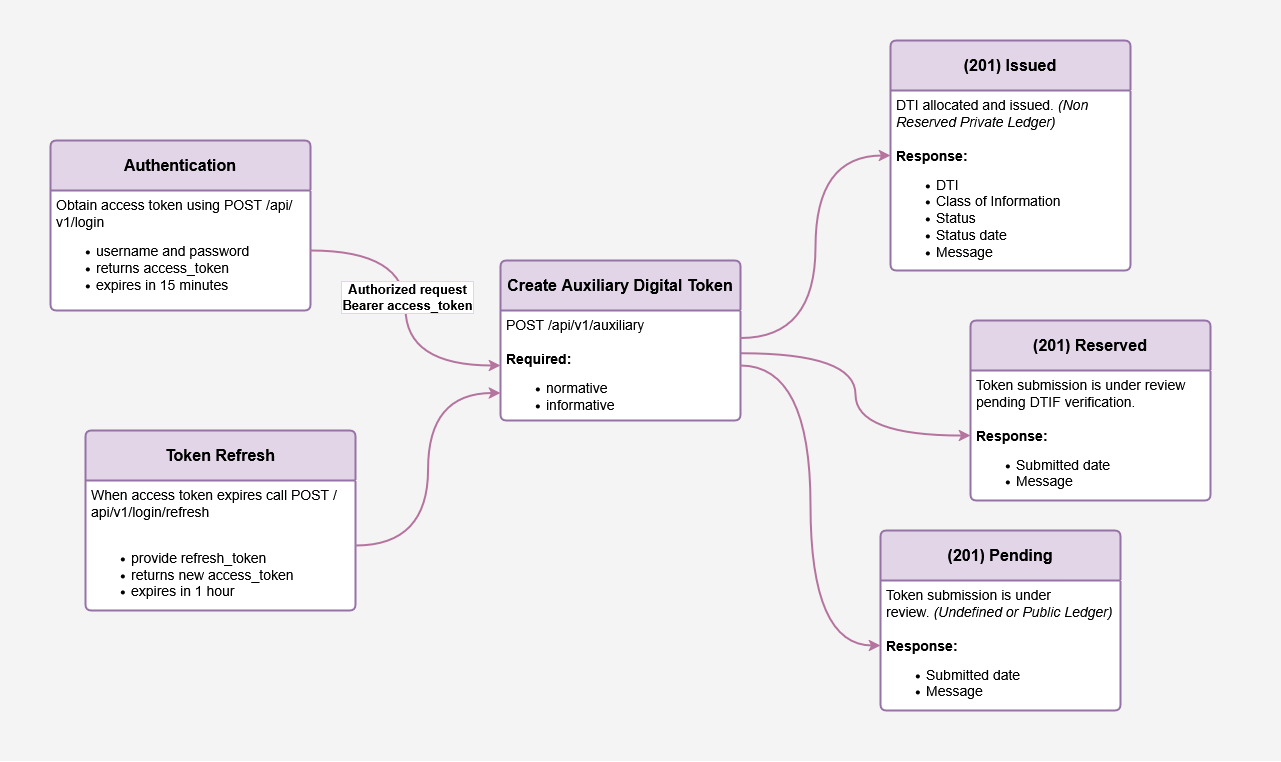
Before: DTI Allocation API.drawio.png, a diagram exported from draw.io (jes-spag/drawing). Source tidied: cells renumbered, new cells last; positions are measured from the earlier drawing's top-left corner, leaving out a move shared by most shapes.
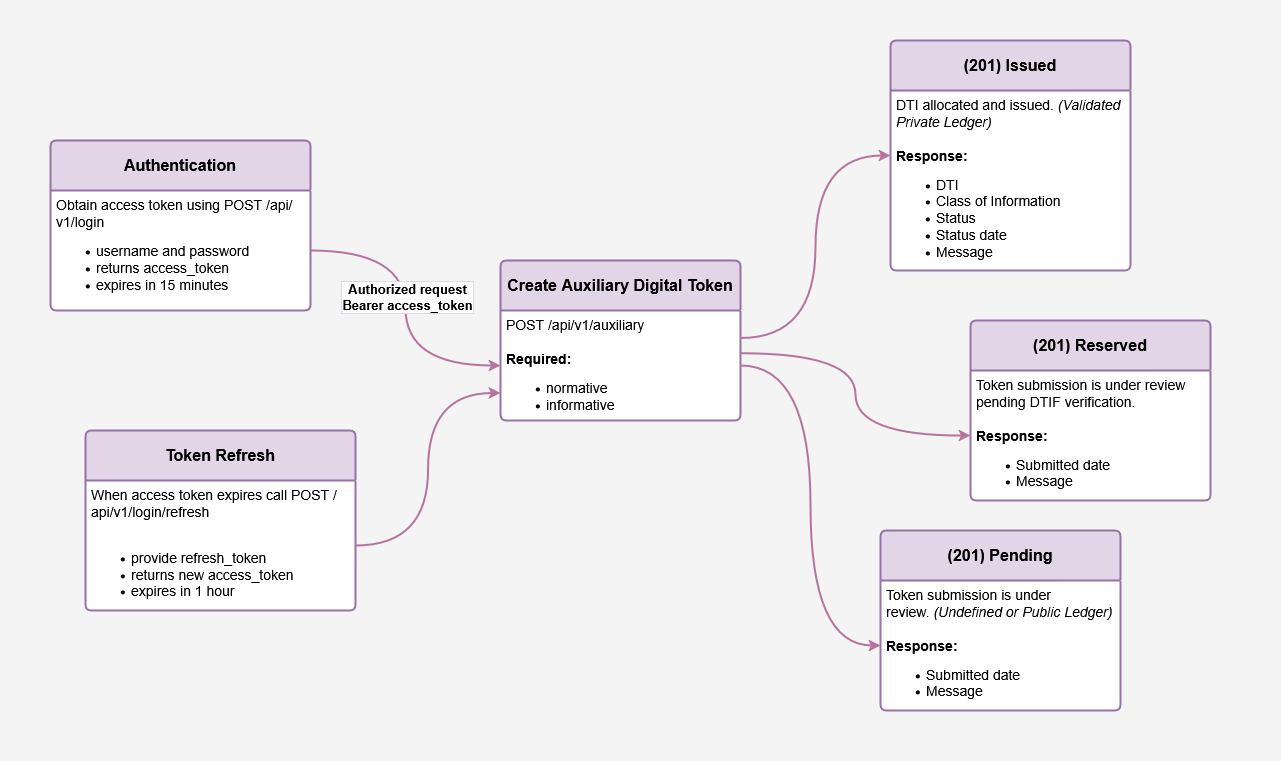
The same file after the commit.

What changed in the source:
```diff
@@ -26,7 +26,7 @@
     <mxCell id="9" value="&lt;font style=&quot;font-size: 16px;&quot;&gt;&lt;b&gt;(201) Issued&lt;/b&gt;&lt;/font&gt;" style="swimlane;horizontal=1;startSize=50;rounded=1;fontSize=14;fontStyle=0;strokeWidth=2;shadow=0;dashed=0;align=center;arcSize=4;whiteSpace=wrap;html=1;fillColor=#E1D5E7;strokeColor=#9673a6;swimlaneFillColor=default;" parent="1" vertex="1">
       <mxGeometry x="890" y="40" width="240" height="230" as="geometry" />
     </mxCell>
-    <mxCell id="10" value="&lt;div&gt;&lt;font style=&quot;font-size: 14px;&quot;&gt;DTI allocated and issued.&amp;nbsp;&lt;i&gt;(Non Reserved Private Ledger)&lt;/i&gt;&lt;/font&gt;&lt;/div&gt;&lt;div&gt;&lt;font style=&quot;font-size: 14px;&quot;&gt;&lt;br&gt;&lt;/font&gt;&lt;/div&gt;&lt;div&gt;&lt;font style=&quot;font-size: 14px;&quot;&gt;&lt;b&gt;Response:&lt;/b&gt;&lt;/font&gt;&lt;/div&gt;&lt;div&gt;&lt;ul&gt;&lt;li&gt;&lt;font style=&quot;font-size: 14px;&quot;&gt;DTI&lt;/font&gt;&lt;/li&gt;&lt;li&gt;&lt;font style=&quot;font-size: 14px;&quot;&gt;Class of Information&lt;/font&gt;&lt;/li&gt;&lt;li&gt;&lt;font style=&quot;font-size: 14px;&quot;&gt;Status&lt;/font&gt;&lt;/li&gt;&lt;li&gt;&lt;font style=&quot;font-size: 14px;&quot;&gt;Status date&lt;/font&gt;&lt;/li&gt;&lt;li&gt;&lt;font style=&quot;font-size: 14px;&quot;&gt;Message&lt;/font&gt;&lt;/li&gt;&lt;/ul&gt;&lt;/div&gt;" style="align=left;strokeColor=none;fillColor=none;spacingLeft=4;spacingRight=4;fontSize=12;verticalAlign=top;html=1;whiteSpace=wrap;" parent="9" vertex="1">
+    <mxCell id="10" value="&lt;div&gt;&lt;font style=&quot;font-size: 14px;&quot;&gt;DTI allocated and issued.&amp;nbsp;&lt;i&gt;(Validated Private Ledger)&lt;/i&gt;&lt;/font&gt;&lt;/div&gt;&lt;div&gt;&lt;font style=&quot;font-size: 14px;&quot;&gt;&lt;br&gt;&lt;/font&gt;&lt;/div&gt;&lt;div&gt;&lt;font style=&quot;font-size: 14px;&quot;&gt;&lt;b&gt;Response:&lt;/b&gt;&lt;/font&gt;&lt;/div&gt;&lt;div&gt;&lt;ul&gt;&lt;li&gt;&lt;font style=&quot;font-size: 14px;&quot;&gt;DTI&lt;/font&gt;&lt;/li&gt;&lt;li&gt;&lt;font style=&quot;font-size: 14px;&quot;&gt;Class of Information&lt;/font&gt;&lt;/li&gt;&lt;li&gt;&lt;font style=&quot;font-size: 14px;&quot;&gt;Status&lt;/font&gt;&lt;/li&gt;&lt;li&gt;&lt;font style=&quot;font-size: 14px;&quot;&gt;Status date&lt;/font&gt;&lt;/li&gt;&lt;li&gt;&lt;font style=&quot;font-size: 14px;&quot;&gt;Message&lt;/font&gt;&lt;/li&gt;&lt;/ul&gt;&lt;/div&gt;" style="align=left;strokeColor=none;fillColor=none;spacingLeft=4;spacingRight=4;fontSize=12;verticalAlign=top;html=1;whiteSpace=wrap;" parent="9" vertex="1">
       <mxGeometry y="50" width="240" height="180" as="geometry" />
     </mxCell>
     <mxCell id="11" value="&lt;font style=&quot;font-size: 16px;&quot;&gt;&lt;b&gt;(201) Pending&lt;/b&gt;&lt;/font&gt;" style="swimlane;horizontal=1;startSize=50;rounded=1;fontSize=14;fontStyle=0;strokeWidth=2;shadow=0;dashed=0;align=center;arcSize=4;whiteSpace=wrap;html=1;fillColor=#e1d5e7;strokeColor=#9673a6;swimlaneFillColor=default;" parent="1" vertex="1">
```
